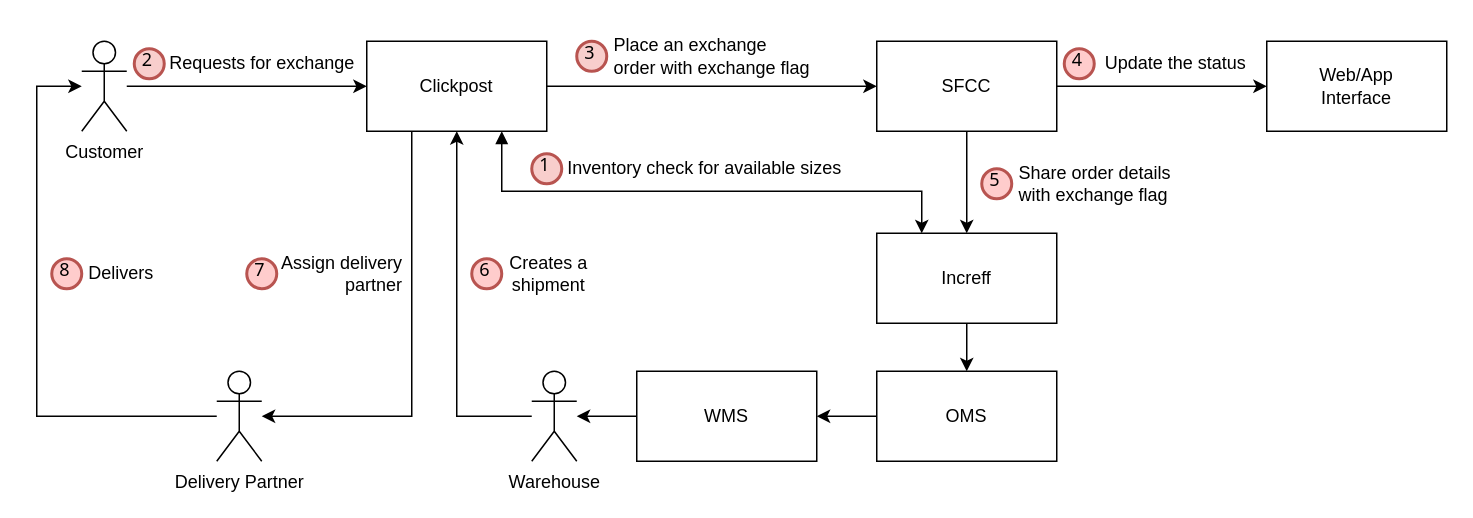
Earlier version of the draw.io diagram Exchange-DataFlowDiagram.drawio (SaketNarayane/ProcessFlows). Source tidied: cells renumbered, new cells numbered last; positions are measured from the earlier drawing's top-left corner, leaving out a move shared by most shapes. Both pictures are drawn from the tidied source at 150%, with x=0, y=0 at pixel (36, 26).
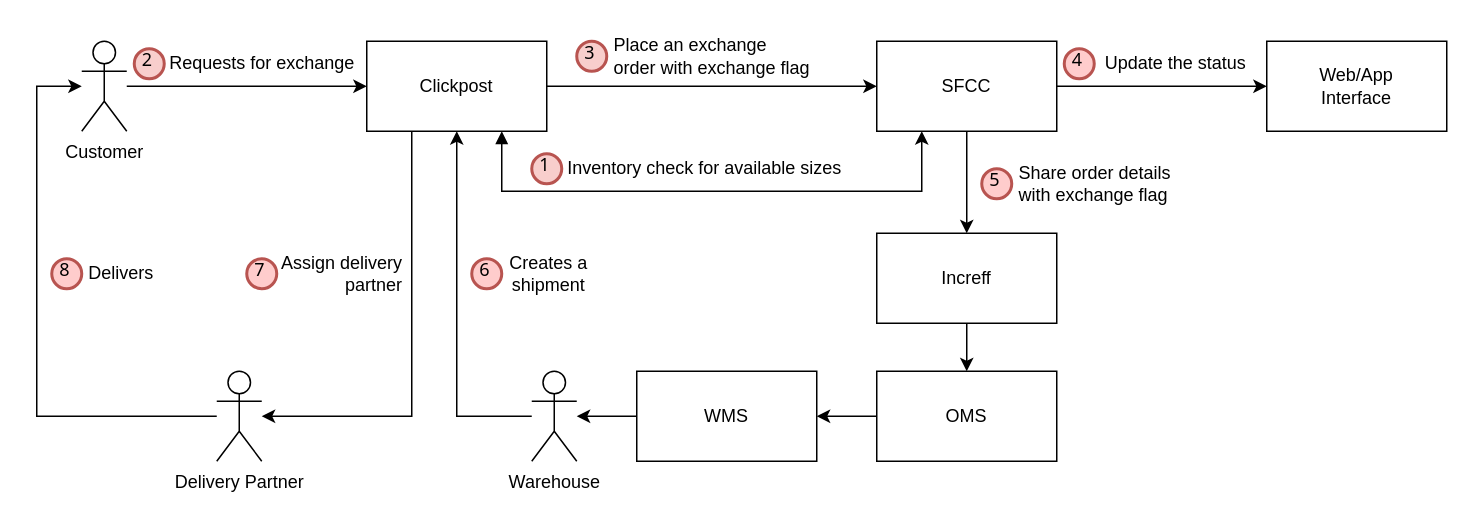
Above is the later version.

Unchanged cells that the change refers to:
```xml
<mxCell id="4" value="SFCC" style="rounded=0;whiteSpace=wrap;html=1;" parent="1" vertex="1">
  <mxGeometry x="560" y="10" width="120" height="60" as="geometry" />
</mxCell>
<mxCell id="6" value="Increff" style="rounded=0;whiteSpace=wrap;html=1;" parent="1" vertex="1">
  <mxGeometry x="560" y="138" width="120" height="60" as="geometry" />
</mxCell>
<mxCell id="10" value="Clickpost" style="rounded=0;whiteSpace=wrap;html=1;" parent="1" vertex="1">
  <mxGeometry x="220" y="10" width="120" height="60" as="geometry" />
</mxCell>
```

Change to the diagram source:
```diff
@@
-    <mxCell id="9" style="edgeStyle=orthogonalEdgeStyle;rounded=0;jettySize=auto;html=1;exitX=0.75;exitY=1;exitDx=0;exitDy=0;entryX=0.25;entryY=0;entryDx=0;entryDy=0;startArrow=block;startFill=1;" parent="1" edge="1" source="10" target="6">
+    <mxCell id="9" style="edgeStyle=orthogonalEdgeStyle;rounded=0;jettySize=auto;html=1;exitX=0.75;exitY=1;exitDx=0;exitDy=0;entryX=0.25;entryY=1;entryDx=0;entryDy=0;startArrow=block;startFill=1;" parent="1" edge="1" source="10" target="4">
       <mxGeometry relative="1" as="geometry">
         <Array as="points">
           <mxPoint x="310" y="110" />
           <mxPoint x="590" y="110" />
         </Array>
       </mxGeometry>
     </mxCell>
```
